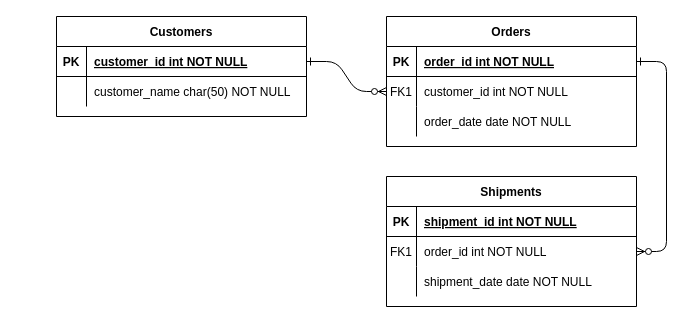
Earlier version of the draw.io diagram Untitled Diagram.drawio (akash19x/football_data_engineering). Source tidied: cells renumbered, new cells numbered last; positions are measured from the earlier drawing's top-left corner, leaving out a move shared by most shapes. Both pictures are drawn from the tidied source at 100%, with x=0, y=0 at pixel (56, 16).
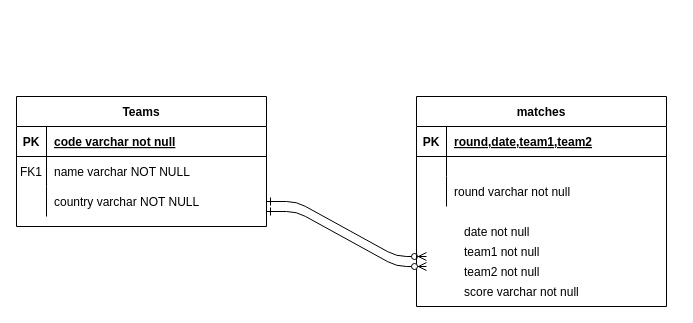
The same page after the edit.

Unchanged cells that the change refers to:
```xml
<mxCell id="5" style="shape=partialRectangle;fillColor=none;points=[[0,0.5],[1,0.5]];portConstraint=eastwest;top=0;left=0;right=0;bottom=1;" parent="4" vertex="1">
  <mxGeometry y="30" width="250" height="30" as="geometry" />
</mxCell>
<mxCell id="8" style="shape=partialRectangle;fillColor=none;points=[[0,0.5],[1,0.5]];portConstraint=eastwest;top=0;left=0;right=0;bottom=0;" parent="4" vertex="1">
  <mxGeometry y="60" width="250" height="30" as="geometry" />
</mxCell>
<mxCell id="11" style="shape=partialRectangle;fillColor=none;points=[[0,0.5],[1,0.5]];portConstraint=eastwest;top=0;left=0;right=0;bottom=0;" parent="4" vertex="1">
  <mxGeometry y="90" width="250" height="30" as="geometry" />
</mxCell>
<mxCell id="15" style="shape=partialRectangle;fillColor=none;top=0;left=0;right=0;bottom=1;" parent="14" vertex="1">
  <mxGeometry y="30" width="250" height="30" as="geometry" />
</mxCell>
```

Change to the diagram source:
```diff
@@
-    <mxCell id="2" style="edgeStyle=entityRelationEdgeStyle;endArrow=ERzeroToMany;startArrow=ERone;endFill=1;startFill=0;" parent="1" edge="1" source="25" target="8">
-      <mxGeometry relative="1" as="geometry" />
-    </mxCell>
-    <mxCell id="3" style="edgeStyle=entityRelationEdgeStyle;endArrow=ERzeroToMany;startArrow=ERone;endFill=1;startFill=0;" parent="1" edge="1" source="5" target="18">
-      <mxGeometry relative="1" as="geometry" />
+    <mxCell id="3" style="edgeStyle=entityRelationEdgeStyle;endArrow=ERzeroToMany;startArrow=ERone;endFill=1;startFill=0;exitX=1;exitY=0.5;exitDx=0;exitDy=0;" parent="1" edge="1" source="11">
+      <mxGeometry relative="1" as="geometry">
+        <mxPoint x="370" y="240" as="targetPoint" />
+        <Array as="points">
+          <mxPoint x="350" y="200" />
+        </Array>
+      </mxGeometry>
     </mxCell>
-    <mxCell id="4" value="Orders" style="shape=table;startSize=30;childLayout=tableLayout;rowLines=0;fontStyle=1;align=center;" parent="1" vertex="1">
-      <mxGeometry x="330" width="250" height="130" as="geometry" />
+    <mxCell id="4" value="Teams" style="shape=table;startSize=30;childLayout=tableLayout;rowLines=0;fontStyle=1;align=center;" parent="1" vertex="1">
+      <mxGeometry x="-40" y="80" width="250" height="130" as="geometry" />
     </mxCell>
@@
-    <mxCell id="7" value="order_id int NOT NULL " style="shape=partialRectangle;overflow=hidden;fillColor=none;top=0;left=0;bottom=0;right=0;align=left;spacingLeft=6;fontStyle=5;" parent="5" vertex="1">
+    <mxCell id="7" value="code varchar not null" style="shape=partialRectangle;overflow=hidden;fillColor=none;top=0;left=0;bottom=0;right=0;align=left;spacingLeft=6;fontStyle=5;" parent="5" vertex="1">
       <mxGeometry x="30" width="220" height="30" as="geometry" />
     </mxCell>
@@
-    <mxCell id="10" value="customer_id int NOT NULL" style="shape=partialRectangle;overflow=hidden;fillColor=none;top=0;left=0;bottom=0;right=0;align=left;spacingLeft=6;" parent="8" vertex="1">
+    <mxCell id="10" value="name varchar NOT NULL" style="shape=partialRectangle;overflow=hidden;fillColor=none;top=0;left=0;bottom=0;right=0;align=left;spacingLeft=6;" parent="8" vertex="1">
       <mxGeometry x="30" width="220" height="30" as="geometry" />
     </mxCell>
@@
-    <mxCell id="13" value="order_date date NOT NULL" style="shape=partialRectangle;overflow=hidden;fillColor=none;top=0;left=0;bottom=0;right=0;align=left;spacingLeft=6;" parent="11" vertex="1">
+    <mxCell id="13" value="country varchar NOT NULL" style="shape=partialRectangle;overflow=hidden;fillColor=none;top=0;left=0;bottom=0;right=0;align=left;spacingLeft=6;" parent="11" vertex="1">
       <mxGeometry x="30" width="220" height="30" as="geometry" />
     </mxCell>
-    <mxCell id="14" value="Shipments" style="shape=table;startSize=30;childLayout=tableLayout;rowLines=0;fontStyle=1;align=center;" parent="1" vertex="1">
-      <mxGeometry x="330" y="160" width="250" height="130" as="geometry" />
+    <mxCell id="14" value="matches" style="shape=table;startSize=30;childLayout=tableLayout;rowLines=0;fontStyle=1;align=center;" parent="1" vertex="1">
+      <mxGeometry x="360" y="80" width="250" height="210" as="geometry" />
     </mxCell>
@@
-    <mxCell id="17" value="shipment_id int NOT NULL " style="shape=partialRectangle;overflow=hidden;fillColor=none;top=0;left=0;bottom=0;right=0;align=left;spacingLeft=6;fontStyle=5;" parent="15" vertex="1">
+    <mxCell id="17" value="round,date,team1,team2" style="shape=partialRectangle;overflow=hidden;fillColor=none;top=0;left=0;bottom=0;right=0;align=left;spacingLeft=6;fontStyle=5;" parent="15" vertex="1">
       <mxGeometry x="30" width="220" height="30" as="geometry" />
     </mxCell>
     <mxCell id="18" style="shape=partialRectangle;fillColor=none;points=[[0,0.5],[1,0.5]];portConstraint=eastwest;top=0;left=0;right=0;bottom=0;" parent="14" vertex="1">
-      <mxGeometry y="60" width="250" height="30" as="geometry" />
+      <mxGeometry y="60" width="250" height="20" as="geometry" />
     </mxCell>
-    <mxCell id="19" value="FK1" style="shape=partialRectangle;overflow=hidden;fillColor=none;top=0;left=0;bottom=0;right=0;" parent="18" vertex="1">
-      <mxGeometry width="30" height="30" as="geometry" />
+    <mxCell id="19" style="shape=partialRectangle;overflow=hidden;fillColor=none;top=0;left=0;bottom=0;right=0;" parent="18" vertex="1">
+      <mxGeometry width="30" height="20" as="geometry" />
     </mxCell>
-    <mxCell id="20" value="order_id int NOT NULL" style="shape=partialRectangle;overflow=hidden;fillColor=none;top=0;left=0;bottom=0;right=0;align=left;spacingLeft=6;" parent="18" vertex="1">
-      <mxGeometry x="30" width="220" height="30" as="geometry" />
+    <mxCell id="20" style="shape=partialRectangle;overflow=hidden;fillColor=none;top=0;left=0;bottom=0;right=0;align=left;spacingLeft=6;" parent="18" vertex="1">
+      <mxGeometry x="30" width="220" height="20" as="geometry" />
     </mxCell>
     <mxCell id="21" style="shape=partialRectangle;fillColor=none;top=0;left=0;right=0;bottom=0;" parent="14" vertex="1">
-      <mxGeometry y="90" width="250" height="30" as="geometry" />
+      <mxGeometry y="80" width="250" height="30" as="geometry" />
     </mxCell>
@@
-    <mxCell id="23" value="shipment_date date NOT NULL" style="shape=partialRectangle;overflow=hidden;fillColor=none;top=0;left=0;bottom=0;right=0;align=left;spacingLeft=6;" parent="21" vertex="1">
+    <mxCell id="23" value="round varchar not null" style="shape=partialRectangle;overflow=hidden;fillColor=none;top=0;left=0;bottom=0;right=0;align=left;spacingLeft=6;" parent="21" vertex="1">
       <mxGeometry x="30" width="220" height="30" as="geometry" />
     </mxCell>
-    <mxCell id="24" value="Customers" style="shape=table;startSize=30;childLayout=tableLayout;rowLines=0;fontStyle=1;align=center;" parent="1" vertex="1">
-      <mxGeometry width="250" height="100" as="geometry" />
-    </mxCell>
-    <mxCell id="25" style="shape=partialRectangle;fillColor=none;points=[[0,0.5],[1,0.5]];portConstraint=eastwest;top=0;left=0;right=0;bottom=1;" parent="24" vertex="1">
-      <mxGeometry y="30" width="250" height="30" as="geometry" />
-    </mxCell>
-    <mxCell id="26" value="PK" style="shape=partialRectangle;overflow=hidden;fillColor=none;top=0;left=0;bottom=0;right=0;fontStyle=1;" parent="25" vertex="1">
-      <mxGeometry width="30" height="30" as="geometry" />
-    </mxCell>
-    <mxCell id="27" value="customer_id int NOT NULL " style="shape=partialRectangle;overflow=hidden;fillColor=none;top=0;left=0;bottom=0;right=0;align=left;spacingLeft=6;fontStyle=5;" parent="25" vertex="1">
-      <mxGeometry x="30" width="220" height="30" as="geometry" />
-    </mxCell>
-    <mxCell id="28" style="shape=partialRectangle;fillColor=none;top=0;left=0;right=0;bottom=0;" parent="24" vertex="1">
-      <mxGeometry y="60" width="250" height="30" as="geometry" />
-    </mxCell>
-    <mxCell id="29" style="shape=partialRectangle;overflow=hidden;fillColor=none;top=0;left=0;bottom=0;right=0;" parent="28" vertex="1">
-      <mxGeometry width="30" height="30" as="geometry" />
-    </mxCell>
-    <mxCell id="30" value="customer_name char(50) NOT NULL" style="shape=partialRectangle;overflow=hidden;fillColor=none;top=0;left=0;bottom=0;right=0;align=left;spacingLeft=6;" parent="28" vertex="1">
-      <mxGeometry x="30" width="220" height="30" as="geometry" />
-    </mxCell>
+    <mxCell id="31" value="date not null" style="shape=partialRectangle;overflow=hidden;fillColor=none;top=0;left=0;bottom=0;right=0;align=left;spacingLeft=6;" parent="1" vertex="1">
+      <mxGeometry x="400" y="200" width="220" height="30" as="geometry" />
+    </mxCell>
+    <mxCell id="32" value="team2 not null" style="shape=partialRectangle;overflow=hidden;fillColor=none;top=0;left=0;bottom=0;right=0;align=left;spacingLeft=6;" parent="1" vertex="1">
+      <mxGeometry x="400" y="240" width="220" height="30" as="geometry" />
+    </mxCell>
+    <mxCell id="33" value="team1 not null" style="shape=partialRectangle;overflow=hidden;fillColor=none;top=0;left=0;bottom=0;right=0;align=left;spacingLeft=6;" parent="1" vertex="1">
+      <mxGeometry x="400" y="220" width="220" height="30" as="geometry" />
+    </mxCell>
+    <mxCell id="34" value="score varchar not null" style="shape=partialRectangle;overflow=hidden;fillColor=none;top=0;left=0;bottom=0;right=0;align=left;spacingLeft=6;" parent="1" vertex="1">
+      <mxGeometry x="400" y="260" width="220" height="30" as="geometry" />
+    </mxCell>
+    <mxCell id="35" style="edgeStyle=entityRelationEdgeStyle;endArrow=ERzeroToMany;startArrow=ERone;endFill=1;startFill=0;exitX=1;exitY=0.5;exitDx=0;exitDy=0;" parent="1" edge="1">
+      <mxGeometry relative="1" as="geometry">
+        <mxPoint x="210" y="195" as="sourcePoint" />
+        <mxPoint x="370" y="250" as="targetPoint" />
+        <Array as="points">
+          <mxPoint x="350" y="210" />
+        </Array>
+      </mxGeometry>
+    </mxCell>
```
